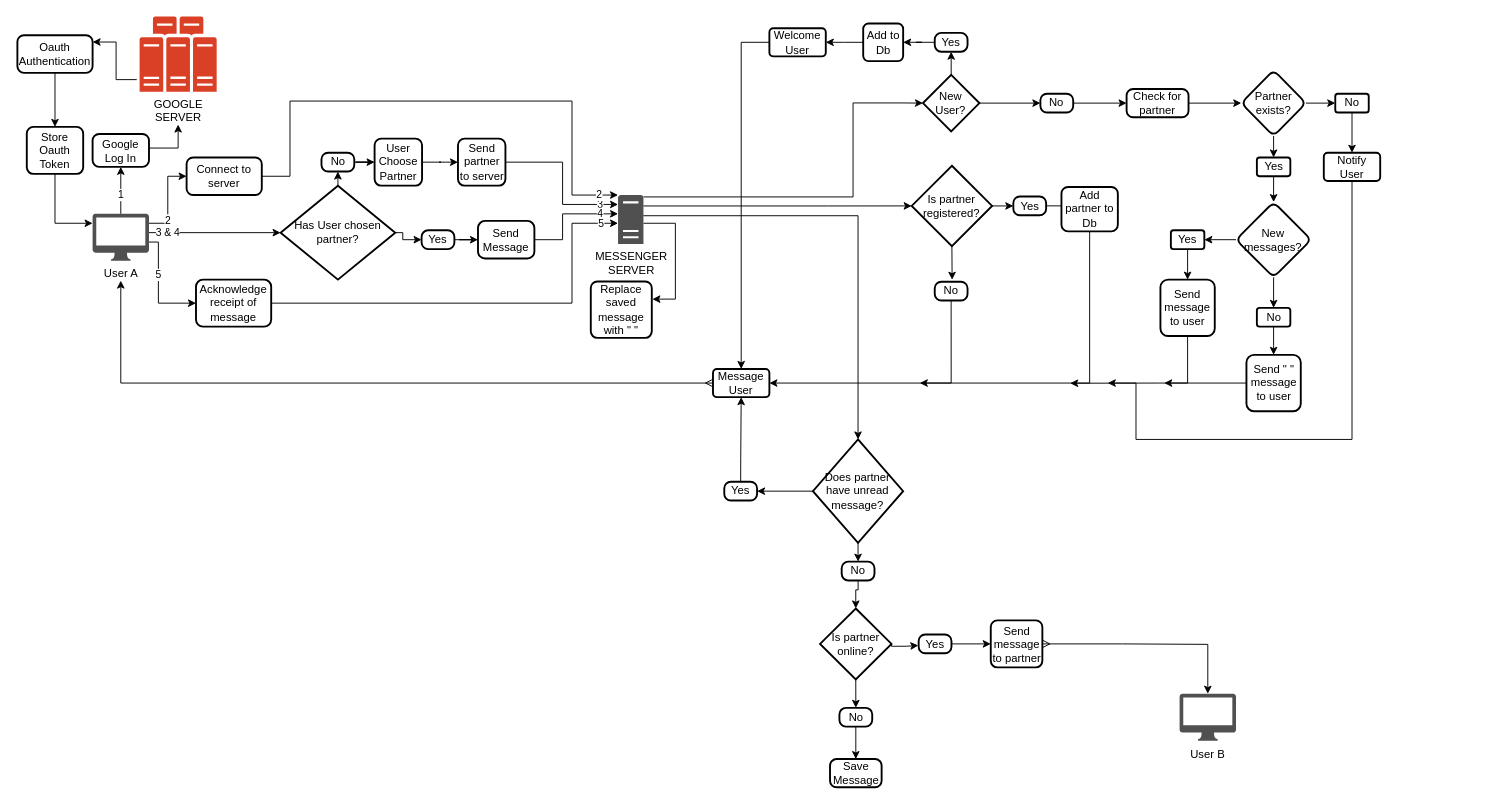
gitupwithit/mini_messenger_extension keeps this draw.io diagram as mini_messenger_flowchart.drawio. Above is the earlier version. Source tidied: cells renumbered, new cells numbered last; positions are measured from the earlier drawing's top-left corner, leaving out a move shared by most shapes. Both pictures are drawn from the tidied source at 94%, with x=0, y=0 at pixel (17, 16).
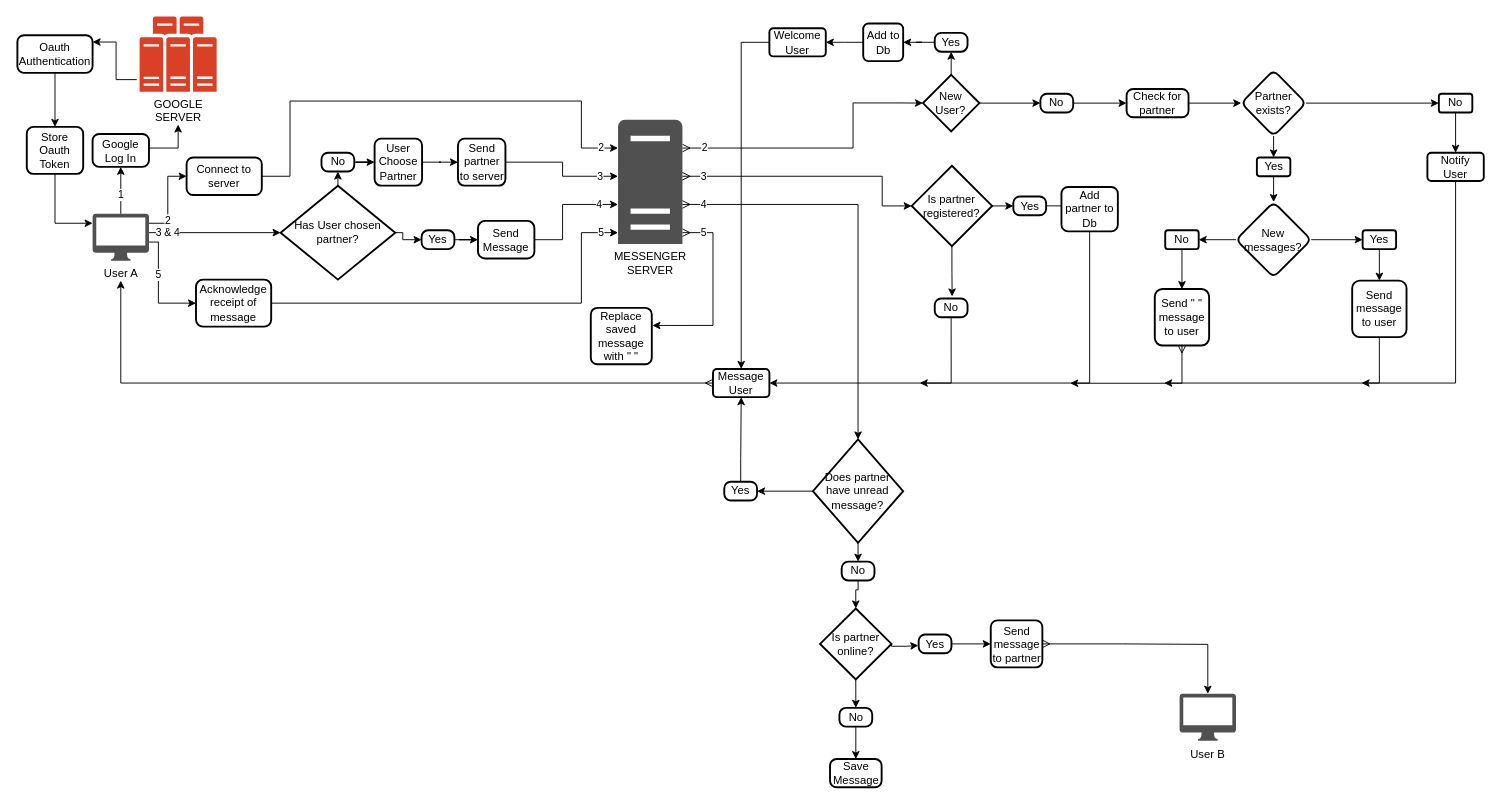
The same diagram, later.

The change refers to these unchanged cells:
```xml
<mxCell id="6" value="User A" style="sketch=0;shadow=0;dashed=0;html=1;strokeColor=none;fillColor=#505050;labelPosition=center;verticalLabelPosition=bottom;verticalAlign=top;outlineConnect=0;align=center;shape=mxgraph.office.devices.mac_client;points=[[0.02,0.06,0,0,0],[0.5,1,0,0,21]];" parent="1" vertex="1">
  <mxGeometry x="80" y="210" width="60" height="50" as="geometry" />
</mxCell>
<mxCell id="19" value="New User?" style="strokeWidth=2;html=1;shape=mxgraph.flowchart.decision;whiteSpace=wrap;" parent="1" vertex="1">
  <mxGeometry x="963.4" y="62.2" width="60" height="60" as="geometry" />
</mxCell>
<mxCell id="29" value="Welcome&lt;div&gt;User&lt;/div&gt;" style="whiteSpace=wrap;html=1;rounded=1;arcSize=14;strokeWidth=2;" parent="1" vertex="1">
  <mxGeometry x="800" y="12.5" width="60" height="30" as="geometry" />
</mxCell>
<mxCell id="44" value="New messages?" style="rhombus;whiteSpace=wrap;html=1;rounded=1;arcSize=14;strokeWidth=2;" parent="1" vertex="1">
  <mxGeometry x="1296.4" y="197.5" width="80" height="80" as="geometry" />
</mxCell>
<mxCell id="59" value="Send&lt;div&gt;partner to server&lt;/div&gt;" style="rounded=1;whiteSpace=wrap;html=1;absoluteArcSize=1;arcSize=14;strokeWidth=2;" parent="1" vertex="1">
  <mxGeometry x="468.7" y="130" width="50.5" height="50" as="geometry" />
</mxCell>
<mxCell id="61" value="&lt;span style=&quot;background-color: initial;&quot;&gt;Is partner registered?&lt;/span&gt;" style="strokeWidth=2;html=1;shape=mxgraph.flowchart.decision;whiteSpace=wrap;" parent="1" vertex="1">
  <mxGeometry x="951.4" y="158.8" width="85.5" height="85.5" as="geometry" />
</mxCell>
<mxCell id="69" value="Add partner to Db" style="rounded=1;whiteSpace=wrap;html=1;absoluteArcSize=1;arcSize=14;strokeWidth=2;" parent="1" vertex="1">
  <mxGeometry x="1110.7" y="181.4" width="60" height="47.2" as="geometry" />
</mxCell>
<mxCell id="71" value="Send Message" style="rounded=1;whiteSpace=wrap;html=1;absoluteArcSize=1;arcSize=15;strokeWidth=2;" parent="1" vertex="1">
  <mxGeometry x="490" y="217.5" width="60" height="40" as="geometry" />
</mxCell>
<mxCell id="80" value="User B" style="sketch=0;shadow=0;dashed=0;html=1;strokeColor=none;fillColor=#505050;labelPosition=center;verticalLabelPosition=bottom;verticalAlign=top;outlineConnect=0;align=center;shape=mxgraph.office.devices.mac_client;points=[[0,0,0,-37,-3],[0.5,1,0,0,21]];" parent="1" vertex="1">
  <mxGeometry x="1236.4" y="720.5" width="60" height="50" as="geometry" />
</mxCell>
<mxCell id="81" value="Send message to partner" style="rounded=1;whiteSpace=wrap;html=1;absoluteArcSize=1;arcSize=14;strokeWidth=2;" parent="1" vertex="1">
  <mxGeometry x="1035.5" y="642.5" width="54.9" height="50" as="geometry" />
</mxCell>
<mxCell id="86" value="&lt;span style=&quot;background-color: initial;&quot;&gt;Does partner have unread message?&lt;/span&gt;" style="strokeWidth=2;html=1;shape=mxgraph.flowchart.decision;whiteSpace=wrap;" parent="1" vertex="1">
  <mxGeometry x="846.3" y="450" width="96" height="110" as="geometry" />
</mxCell>
<mxCell id="88" value="Yes" style="rounded=1;whiteSpace=wrap;html=1;absoluteArcSize=1;arcSize=14;strokeWidth=2;" parent="1" vertex="1">
  <mxGeometry x="752" y="495" width="34.9" height="20" as="geometry" />
</mxCell>
<mxCell id="92" value="Acknowledge receipt of message" style="rounded=1;whiteSpace=wrap;html=1;absoluteArcSize=1;arcSize=15;strokeWidth=2;" parent="1" vertex="1">
  <mxGeometry x="190" y="280" width="80" height="50" as="geometry" />
</mxCell>
<mxCell id="95" value="Connect to server" style="rounded=1;whiteSpace=wrap;html=1;absoluteArcSize=1;arcSize=14;strokeWidth=2;" parent="1" vertex="1">
  <mxGeometry x="180" y="150" width="80" height="40" as="geometry" />
</mxCell>
<mxCell id="96" value="Message User" style="whiteSpace=wrap;html=1;rounded=1;arcSize=14;strokeWidth=2;" parent="1" vertex="1">
  <mxGeometry x="740" y="375" width="60" height="30" as="geometry" />
</mxCell>
```

Change to the diagram source:
```diff
@@
-    <mxCell id="9" style="edgeStyle=orthogonalEdgeStyle;rounded=0;jettySize=auto;html=1;entryX=0;entryY=0.5;entryDx=0;entryDy=0;entryPerimeter=0;jumpStyle=none;startArrow=none;startFill=0;strokeWidth=1;shadow=0;" parent="1" edge="1" source="11" target="19">
-      <mxGeometry relative="1" as="geometry">
+    <mxCell id="9" value="2" style="edgeStyle=orthogonalEdgeStyle;rounded=0;jettySize=auto;html=1;entryX=0;entryY=0.5;entryDx=0;entryDy=0;entryPerimeter=0;jumpStyle=none;startArrow=ERmany;startFill=0;strokeWidth=1;shadow=0;" parent="1" edge="1" source="11" target="19">
+      <mxGeometry x="-0.85" relative="1" as="geometry">
         <Array as="points">
-          <mxPoint x="889" y="192" />
+          <mxPoint x="889" y="140" />
           <mxPoint x="889" y="92" />
           <mxPoint x="940" y="92" />
         </Array>
       </mxGeometry>
     </mxCell>
-    <mxCell id="10" style="edgeStyle=orthogonalEdgeStyle;rounded=0;jettySize=auto;html=1;entryX=1.01;entryY=0.312;entryDx=0;entryDy=0;entryPerimeter=0;" parent="1" edge="1" source="11" target="93">
-      <mxGeometry relative="1" as="geometry">
+    <mxCell id="10" value="5" style="edgeStyle=orthogonalEdgeStyle;rounded=0;jettySize=auto;html=1;entryX=1.01;entryY=0.312;entryDx=0;entryDy=0;entryPerimeter=0;startArrow=ERmany;startFill=0;" parent="1" edge="1" source="11" target="93">
+      <mxGeometry x="-0.77" relative="1" as="geometry">
         <Array as="points">
-          <mxPoint x="700" y="220" />
-          <mxPoint x="700" y="301" />
+          <mxPoint x="740" y="230" />
+          <mxPoint x="740" y="329" />
         </Array>
       </mxGeometry>
     </mxCell>
     <mxCell id="11" value="MESSENGER&lt;br&gt;SERVER" style="sketch=0;shadow=0;dashed=0;html=1;strokeColor=none;fillColor=#505050;labelPosition=center;verticalLabelPosition=bottom;verticalAlign=top;outlineConnect=0;align=center;shape=mxgraph.office.servers.server_generic;points=[[0.11,0.94,0,0,0],[0.5,1,0,0,34],[1,1,0,2,3]];" parent="1" vertex="1">
-      <mxGeometry x="639" y="190" width="27" height="52" as="geometry" />
+      <mxGeometry x="639" y="110" width="68.5" height="132" as="geometry" />
     </mxCell>
@@
-    <mxCell id="27" style="edgeStyle=orthogonalEdgeStyle;rounded=0;jettySize=auto;html=1;exitX=0;exitY=0.5;exitDx=0;exitDy=0;entryX=0.5;entryY=1;entryDx=0;entryDy=21;entryPerimeter=0;startArrow=ERmany;startFill=0;" parent="1" edge="1" source="96" target="6">
+    <mxCell id="27" style="edgeStyle=orthogonalEdgeStyle;rounded=0;jettySize=auto;html=1;exitX=0;exitY=0.5;exitDx=0;exitDy=0;entryX=0.5;entryY=1;entryDx=0;entryDy=21;entryPerimeter=0;startArrow=ERmany;startFill=0;flowAnimation=1;" parent="1" edge="1" source="96" target="6">
       <mxGeometry relative="1" as="geometry">
         <Array as="points">
           <mxPoint x="110" y="390" />
         </Array>
       </mxGeometry>
     </mxCell>
-    <mxCell id="28" style="edgeStyle=orthogonalEdgeStyle;rounded=0;jettySize=auto;html=1;" parent="1" edge="1" source="29" target="96">
+    <mxCell id="28" style="edgeStyle=orthogonalEdgeStyle;rounded=0;jettySize=auto;html=1;flowAnimation=1;" parent="1" edge="1" source="29" target="96">
       <mxGeometry relative="1" as="geometry">
         <Array as="points">
           <mxPoint x="770" y="28" />
         </Array>
       </mxGeometry>
     </mxCell>
@@
-    <mxCell id="33" style="edgeStyle=orthogonalEdgeStyle;rounded=0;jettySize=auto;html=1;exitX=0.5;exitY=1;exitDx=0;exitDy=0;entryX=0.5;entryY=0;entryDx=0;entryDy=0;" parent="1" edge="1" source="44" target="46">
-      <mxGeometry relative="1" as="geometry" />
-    </mxCell>
@@
-    <mxCell id="36" style="edgeStyle=orthogonalEdgeStyle;rounded=0;jettySize=auto;html=1;exitX=0.5;exitY=1;exitDx=0;exitDy=0;" parent="1" edge="1" source="99">
+    <mxCell id="36" style="edgeStyle=orthogonalEdgeStyle;rounded=0;jettySize=auto;html=1;exitX=0.5;exitY=1;exitDx=0;exitDy=0;flowAnimation=1;" parent="1" edge="1" source="99">
       <mxGeometry relative="1" as="geometry">
         <mxPoint x="1220" y="390" as="targetPoint" />
         <Array as="points">
-          <mxPoint x="1245" y="390" />
+          <mxPoint x="1449" y="390" />
         </Array>
       </mxGeometry>
     </mxCell>
@@
     <mxCell id="38" value="Yes" style="whiteSpace=wrap;html=1;rounded=1;arcSize=14;strokeWidth=2;" parent="1" vertex="1">
-      <mxGeometry x="1227.1" y="227.5" width="35.6" height="20" as="geometry" />
+      <mxGeometry x="1431.1" y="227.5" width="35.6" height="20" as="geometry" />
     </mxCell>
@@
     <mxCell id="40" value="No" style="whiteSpace=wrap;html=1;rounded=1;arcSize=14;strokeWidth=2;" parent="1" vertex="1">
-      <mxGeometry x="1402" y="82.2" width="35.6" height="20" as="geometry" />
+      <mxGeometry x="1512.2" y="82.2" width="35.6" height="20" as="geometry" />
     </mxCell>
-    <mxCell id="41" style="edgeStyle=orthogonalEdgeStyle;rounded=0;jettySize=auto;html=1;exitX=0.5;exitY=1;exitDx=0;exitDy=0;" parent="1" edge="1" source="42">
+    <mxCell id="41" style="edgeStyle=orthogonalEdgeStyle;rounded=0;jettySize=auto;html=1;exitX=0.5;exitY=1;exitDx=0;exitDy=0;flowAnimation=1;" parent="1" edge="1" source="42">
       <mxGeometry relative="1" as="geometry">
-        <mxPoint x="1160" y="390" as="targetPoint" />
+        <mxPoint x="1430" y="390" as="targetPoint" />
         <Array as="points">
-          <mxPoint x="1420" y="450" />
-          <mxPoint x="1190" y="450" />
-          <mxPoint x="1190" y="390" />
+          <mxPoint x="1530" y="390" />
         </Array>
       </mxGeometry>
     </mxCell>
     <mxCell id="42" value="Notify&lt;div&gt;User&lt;/div&gt;" style="whiteSpace=wrap;html=1;rounded=1;arcSize=14;strokeWidth=2;" parent="1" vertex="1">
-      <mxGeometry x="1389.8" y="145" width="60" height="30" as="geometry" />
+      <mxGeometry x="1500" y="145" width="60" height="30" as="geometry" />
     </mxCell>
-    <mxCell id="43" style="edgeStyle=orthogonalEdgeStyle;rounded=0;jettySize=auto;html=1;exitX=0;exitY=0.5;exitDx=0;exitDy=0;entryX=1;entryY=0.5;entryDx=0;entryDy=0;" parent="1" edge="1" source="44" target="38">
+    <mxCell id="43" style="edgeStyle=orthogonalEdgeStyle;rounded=0;jettySize=auto;html=1;exitX=1;exitY=0.5;exitDx=0;exitDy=0;entryX=0;entryY=0.5;entryDx=0;entryDy=0;" parent="1" edge="1" source="44" target="38">
       <mxGeometry relative="1" as="geometry" />
     </mxCell>
+    <mxCell id="33" style="edgeStyle=orthogonalEdgeStyle;rounded=0;jettySize=auto;html=1;exitX=0;exitY=0.5;exitDx=0;exitDy=0;entryX=1;entryY=0.5;entryDx=0;entryDy=0;" parent="1" edge="1" source="44" target="46">
+      <mxGeometry relative="1" as="geometry" />
+    </mxCell>
@@
     <mxCell id="46" value="No" style="whiteSpace=wrap;html=1;rounded=1;arcSize=14;strokeWidth=2;" parent="1" vertex="1">
-      <mxGeometry x="1318.6" y="310" width="35.6" height="20" as="geometry" />
+      <mxGeometry x="1221.1" y="227.5" width="35.6" height="20" as="geometry" />
     </mxCell>
-    <mxCell id="47" style="edgeStyle=orthogonalEdgeStyle;rounded=0;jettySize=auto;html=1;exitX=0;exitY=0.5;exitDx=0;exitDy=0;" parent="1" edge="1" source="48">
+    <mxCell id="47" style="edgeStyle=orthogonalEdgeStyle;rounded=0;jettySize=auto;html=1;exitX=0.5;exitY=1;exitDx=0;exitDy=0;startArrow=ERmany;startFill=0;flowAnimation=1;" parent="1" edge="1" source="48">
       <mxGeometry relative="1" as="geometry">
         <mxPoint x="1120" y="390.2" as="targetPoint" />
+        <Array as="points">
+          <mxPoint x="1239" y="390" />
+        </Array>
       </mxGeometry>
     </mxCell>
     <mxCell id="48" value="Send &quot; &quot; message to user" style="whiteSpace=wrap;html=1;rounded=1;arcSize=14;strokeWidth=2;" parent="1" vertex="1">
-      <mxGeometry x="1307.5" y="360" width="57.8" height="60" as="geometry" />
+      <mxGeometry x="1210" y="290" width="57.8" height="60" as="geometry" />
     </mxCell>
@@
     <mxCell id="58" value="3" style="edgeStyle=orthogonalEdgeStyle;rounded=0;jettySize=auto;html=1;exitX=1;exitY=0.5;exitDx=0;exitDy=0;" parent="1" edge="1" source="59" target="11">
-      <mxGeometry x="0.77" relative="1" as="geometry">
+      <mxGeometry x="0.72" relative="1" as="geometry">
         <Array as="points">
           <mxPoint x="580" y="155" />
-          <mxPoint x="580" y="200" />
+          <mxPoint x="580" y="170" />
         </Array>
       </mxGeometry>
     </mxCell>
@@
-    <mxCell id="62" style="edgeStyle=orthogonalEdgeStyle;rounded=0;jettySize=auto;html=1;entryX=0;entryY=0.5;entryDx=0;entryDy=0;entryPerimeter=0;" parent="1" edge="1" source="11" target="61">
-      <mxGeometry relative="1" as="geometry">
+    <mxCell id="62" value="3" style="edgeStyle=orthogonalEdgeStyle;rounded=0;jettySize=auto;html=1;entryX=0;entryY=0.5;entryDx=0;entryDy=0;entryPerimeter=0;startArrow=ERmany;startFill=0;" parent="1" edge="1" source="11" target="61">
+      <mxGeometry x="-0.84" relative="1" as="geometry">
         <Array as="points">
-          <mxPoint x="863" y="202.2" />
+          <mxPoint x="920" y="170" />
+          <mxPoint x="920" y="202" />
         </Array>
       </mxGeometry>
     </mxCell>
@@
-    <mxCell id="65" style="edgeStyle=orthogonalEdgeStyle;rounded=0;jettySize=auto;html=1;exitX=0.5;exitY=1;exitDx=0;exitDy=0;entryX=1;entryY=0.5;entryDx=0;entryDy=0;" parent="1" edge="1" source="66" target="96">
+    <mxCell id="65" style="edgeStyle=orthogonalEdgeStyle;rounded=0;jettySize=auto;html=1;exitX=0.5;exitY=1;exitDx=0;exitDy=0;entryX=1;entryY=0.5;entryDx=0;entryDy=0;flowAnimation=1;" parent="1" edge="1" source="66" target="96">
       <mxGeometry relative="1" as="geometry">
         <Array as="points">
           <mxPoint x="993" y="390" />
         </Array>
       </mxGeometry>
     </mxCell>
     <mxCell id="66" value="No" style="rounded=1;whiteSpace=wrap;html=1;absoluteArcSize=1;arcSize=14;strokeWidth=2;" parent="1" vertex="1">
-      <mxGeometry x="975.9" y="282.2" width="34.9" height="20" as="geometry" />
+      <mxGeometry x="975.9" y="300" width="34.9" height="20" as="geometry" />
     </mxCell>
@@
-    <mxCell id="68" style="edgeStyle=orthogonalEdgeStyle;rounded=0;jettySize=auto;html=1;exitX=0.5;exitY=1;exitDx=0;exitDy=0;" parent="1" edge="1" source="69">
+    <mxCell id="68" style="edgeStyle=orthogonalEdgeStyle;rounded=0;jettySize=auto;html=1;exitX=0.5;exitY=1;exitDx=0;exitDy=0;flowAnimation=1;" parent="1" edge="1" source="69">
       <mxGeometry relative="1" as="geometry">
         <mxPoint x="960" y="390" as="targetPoint" />
         <Array as="points">
           <mxPoint x="1141" y="390" />
           <mxPoint x="980" y="390" />
         </Array>
       </mxGeometry>
     </mxCell>
@@
     <mxCell id="70" value="4" style="edgeStyle=orthogonalEdgeStyle;rounded=0;jettySize=auto;html=1;exitX=1;exitY=0.5;exitDx=0;exitDy=0;" parent="1" edge="1" source="71" target="11">
       <mxGeometry x="0.67" relative="1" as="geometry">
         <Array as="points">
-          <mxPoint x="580" y="237" />
-          <mxPoint x="580" y="210" />
+          <mxPoint x="580" y="238" />
+          <mxPoint x="580" y="200" />
         </Array>
       </mxGeometry>
     </mxCell>
@@
-    <mxCell id="79" style="edgeStyle=orthogonalEdgeStyle;rounded=0;jettySize=auto;html=1;entryX=0.5;entryY=0;entryDx=0;entryDy=0;entryPerimeter=0;" parent="1" edge="1" source="11" target="86">
-      <mxGeometry relative="1" as="geometry">
+    <mxCell id="79" value="4" style="edgeStyle=orthogonalEdgeStyle;rounded=0;jettySize=auto;html=1;entryX=0.5;entryY=0;entryDx=0;entryDy=0;entryPerimeter=0;startArrow=ERmany;startFill=0;" parent="1" edge="1" source="11" target="86">
+      <mxGeometry x="-0.9" relative="1" as="geometry">
         <Array as="points">
-          <mxPoint x="894" y="212" />
-          <mxPoint x="894" y="450" />
+          <mxPoint x="894" y="200" />
         </Array>
       </mxGeometry>
     </mxCell>
@@
-    <mxCell id="82" style="edgeStyle=orthogonalEdgeStyle;rounded=0;jettySize=auto;html=1;exitX=1;exitY=0.5;exitDx=0;exitDy=0;startArrow=ERmany;startFill=0;" parent="1" edge="1" source="81" target="80">
+    <mxCell id="82" style="edgeStyle=orthogonalEdgeStyle;rounded=0;jettySize=auto;html=1;exitX=1;exitY=0.5;exitDx=0;exitDy=0;startArrow=ERmany;startFill=0;flowAnimation=1;" parent="1" edge="1" source="81" target="80">
       <mxGeometry relative="1" as="geometry">
         <Array as="points">
           <mxPoint x="1175.5" y="668" />
           <mxPoint x="1215.5" y="668" />
         </Array>
       </mxGeometry>
     </mxCell>
@@
-    <mxCell id="87" style="edgeStyle=orthogonalEdgeStyle;rounded=0;jettySize=auto;html=1;entryX=0.5;entryY=1;entryDx=0;entryDy=0;exitX=0.5;exitY=0;exitDx=0;exitDy=0;" parent="1" edge="1" source="88" target="96">
+    <mxCell id="87" style="edgeStyle=orthogonalEdgeStyle;rounded=0;jettySize=auto;html=1;entryX=0.5;entryY=1;entryDx=0;entryDy=0;exitX=0.5;exitY=0;exitDx=0;exitDy=0;flowAnimation=1;" parent="1" edge="1" source="88" target="96">
       <mxGeometry relative="1" as="geometry">
         <Array as="points">
           <mxPoint x="769" y="470" />
           <mxPoint x="770" y="470" />
         </Array>
       </mxGeometry>
     </mxCell>
@@
     <mxCell id="91" value="5" style="edgeStyle=orthogonalEdgeStyle;rounded=0;jettySize=auto;html=1;exitX=1;exitY=0.5;exitDx=0;exitDy=0;" parent="1" edge="1" source="92" target="11">
       <mxGeometry x="0.92" relative="1" as="geometry">
         <Array as="points">
-          <mxPoint x="590" y="305" />
-          <mxPoint x="590" y="220" />
+          <mxPoint x="600" y="305" />
+          <mxPoint x="600" y="230" />
         </Array>
       </mxGeometry>
     </mxCell>
@@
     <mxCell id="93" value="Replace saved message with &quot; &quot;" style="rounded=1;whiteSpace=wrap;html=1;absoluteArcSize=1;arcSize=14;strokeWidth=2;" parent="1" vertex="1">
-      <mxGeometry x="610" y="282" width="64.9" height="60" as="geometry" />
+      <mxGeometry x="610" y="310" width="64.9" height="60" as="geometry" />
     </mxCell>
     <mxCell id="94" value="2" style="edgeStyle=orthogonalEdgeStyle;rounded=0;jettySize=auto;html=1;exitX=1;exitY=0.5;exitDx=0;exitDy=0;" parent="1" edge="1" source="95" target="11">
       <mxGeometry x="0.93" relative="1" as="geometry">
         <Array as="points">
           <mxPoint x="290" y="170" />
           <mxPoint x="290" y="90" />
-          <mxPoint x="590" y="90" />
-          <mxPoint x="590" y="190" />
+          <mxPoint x="600" y="90" />
+          <mxPoint x="600" y="140" />
         </Array>
       </mxGeometry>
     </mxCell>
@@
     <mxCell id="99" value="Send message to user" style="whiteSpace=wrap;html=1;rounded=1;arcSize=14;strokeWidth=2;" parent="1" vertex="1">
-      <mxGeometry x="1216" y="280" width="57.8" height="60" as="geometry" />
+      <mxGeometry x="1420" y="281.1" width="57.8" height="60" as="geometry" />
     </mxCell>
```
